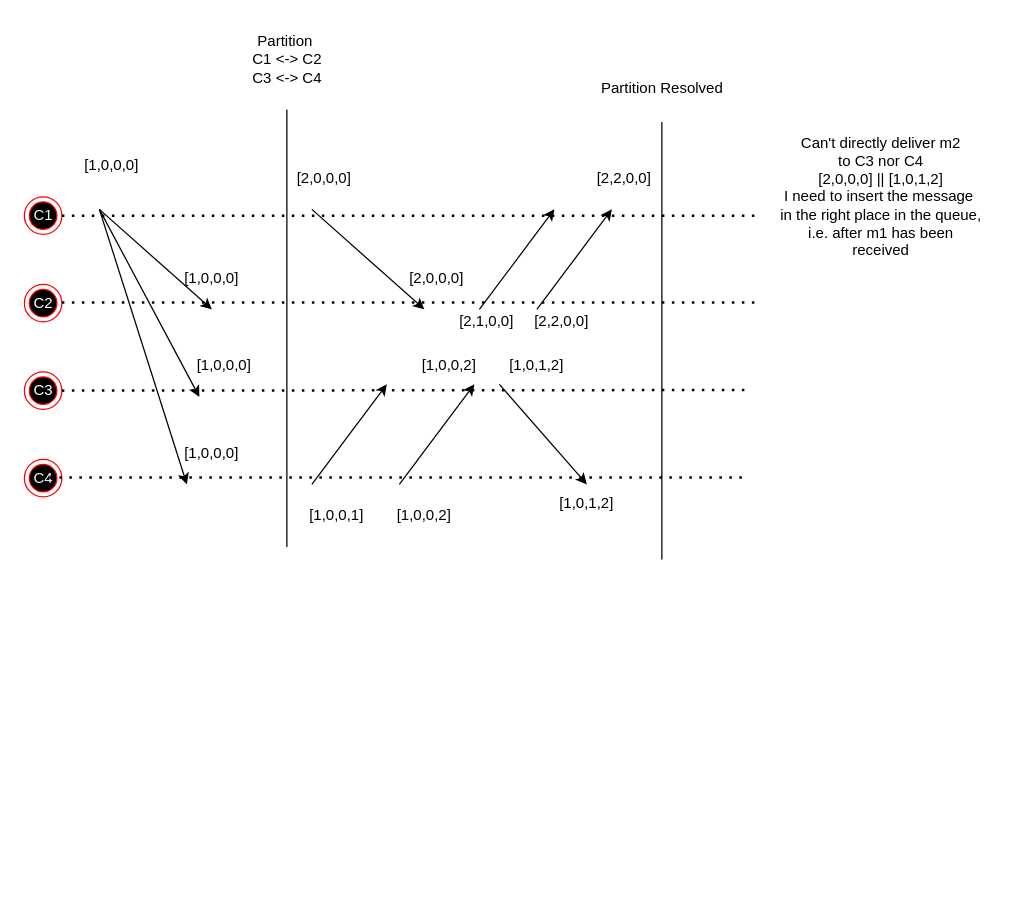
matteob-gtb/DSYS keeps this draw.io diagram as out/artifacts/DSYS_jar/partition.drawio. Above is the earlier version. Source tidied: cells renumbered, new cells numbered last; positions are measured from the earlier drawing's top-left corner, leaving out a move shared by most shapes. Both pictures are drawn from the tidied source at 125%, with x=0, y=0 at pixel (24, 21).
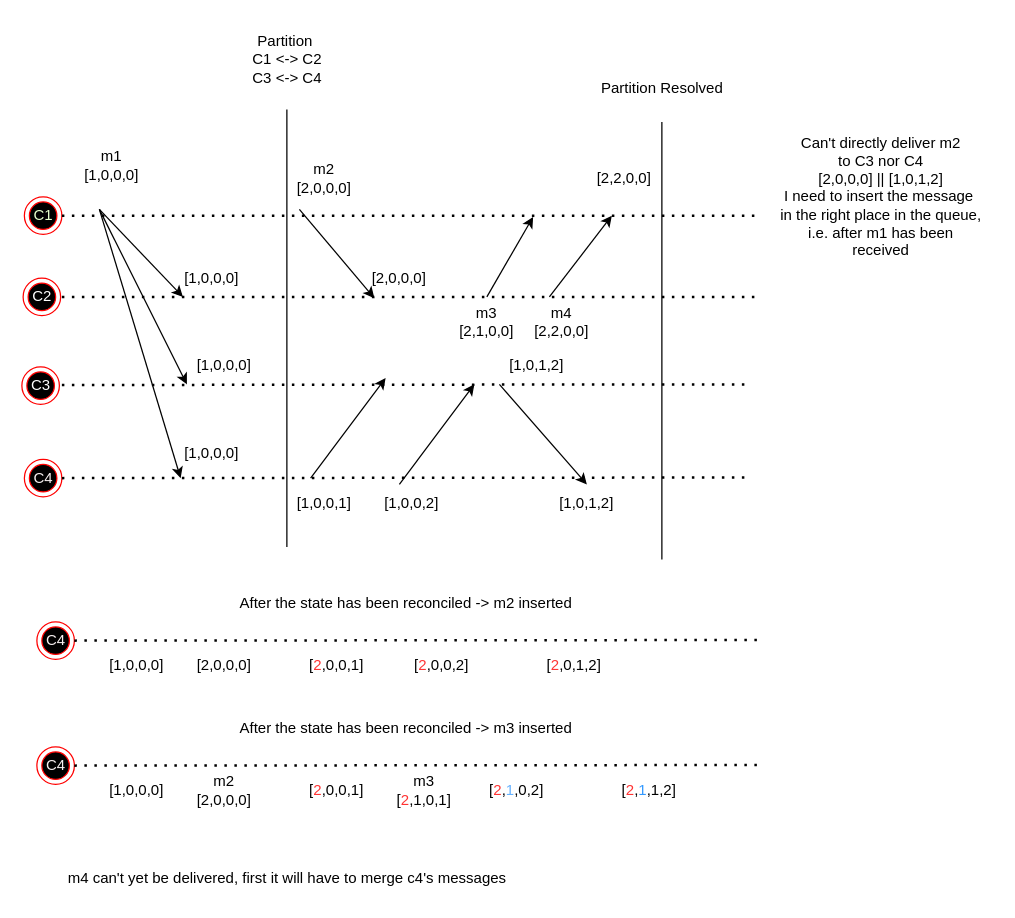
The same page after the edit.

Unchanged cells that the change refers to:
```xml
<mxCell id="15" value="[1,0,0,0]" style="text;html=1;align=center;verticalAlign=middle;whiteSpace=wrap;rounded=0;" parent="1" vertex="1">
  <mxGeometry x="120" y="190" width="60" height="30" as="geometry" />
</mxCell>
```

Change to the diagram source:
```diff
@@
     <mxCell id="3" value="&lt;font color=&quot;#ffffff&quot;&gt;C2&lt;/font&gt;" style="ellipse;html=1;shape=endState;fillColor=#000000;strokeColor=#ff0000;" parent="1" vertex="1">
-      <mxGeometry y="210" width="30" height="30" as="geometry" />
+      <mxGeometry x="-1" y="205" width="30" height="30" as="geometry" />
     </mxCell>
     <mxCell id="4" value="&lt;font color=&quot;#ffffff&quot;&gt;C3&lt;/font&gt;" style="ellipse;html=1;shape=endState;fillColor=#000000;strokeColor=#ff0000;" parent="1" vertex="1">
-      <mxGeometry y="280" width="30" height="30" as="geometry" />
+      <mxGeometry x="-2" y="276" width="30" height="30" as="geometry" />
     </mxCell>
@@
     <mxCell id="7" style="endArrow=none;dashed=1;html=1;dashPattern=1 3;strokeWidth=2;rounded=0;exitX=1;exitY=0.5;exitDx=0;exitDy=0;" parent="1" edge="1">
       <mxGeometry relative="1" as="geometry">
-        <mxPoint x="30" y="224.5" as="sourcePoint" />
-        <mxPoint x="590" y="224.5" as="targetPoint" />
+        <mxPoint x="30" y="220" as="sourcePoint" />
+        <mxPoint x="590" y="220" as="targetPoint" />
       </mxGeometry>
     </mxCell>
-    <mxCell id="8" style="endArrow=none;dashed=1;html=1;dashPattern=1 3;strokeWidth=2;rounded=0;exitX=1;exitY=0.5;exitDx=0;exitDy=0;" parent="1" edge="1" source="4">
+    <mxCell id="8" style="endArrow=none;dashed=1;html=1;dashPattern=1 3;strokeWidth=2;rounded=0;exitX=1;exitY=0.5;exitDx=0;exitDy=0;" parent="1" edge="1">
       <mxGeometry relative="1" as="geometry">
-        <mxPoint x="580" y="294.5" as="targetPoint" />
+        <mxPoint x="30" y="290.5" as="sourcePoint" />
+        <mxPoint x="580" y="290" as="targetPoint" />
       </mxGeometry>
     </mxCell>
-    <mxCell id="9" style="endArrow=none;dashed=1;html=1;dashPattern=1 3;strokeWidth=2;rounded=0;exitX=1;exitY=0.5;exitDx=0;exitDy=0;" parent="1" edge="1">
+    <mxCell id="9" style="endArrow=none;dashed=1;html=1;dashPattern=1 3;strokeWidth=2;rounded=0;" parent="1" edge="1">
       <mxGeometry relative="1" as="geometry">
-        <mxPoint x="20" y="364.5" as="sourcePoint" />
+        <mxPoint x="30" y="365" as="sourcePoint" />
         <mxPoint x="580" y="364.5" as="targetPoint" />
       </mxGeometry>
     </mxCell>
-    <mxCell id="10" style="endArrow=classic;html=1;rounded=0;" parent="1" edge="1">
+    <mxCell id="10" style="endArrow=classic;html=1;rounded=0;entryX=0.114;entryY=1.002;entryDx=0;entryDy=0;entryPerimeter=0;" parent="1" edge="1" target="15">
       <mxGeometry relative="1" as="geometry">
         <mxPoint x="60" y="150" as="sourcePoint" />
-        <mxPoint x="150" y="230" as="targetPoint" />
       </mxGeometry>
     </mxCell>
     <mxCell id="11" style="endArrow=classic;html=1;rounded=0;" parent="1" edge="1">
       <mxGeometry relative="1" as="geometry">
         <mxPoint x="60" y="150" as="sourcePoint" />
-        <mxPoint x="140" y="300" as="targetPoint" />
+        <mxPoint x="130" y="290" as="targetPoint" />
       </mxGeometry>
     </mxCell>
     <mxCell id="12" style="endArrow=classic;html=1;rounded=0;" parent="1" edge="1">
       <mxGeometry relative="1" as="geometry">
         <mxPoint x="60" y="150" as="sourcePoint" />
-        <mxPoint x="130" y="370" as="targetPoint" />
+        <mxPoint x="125" y="365" as="targetPoint" />
       </mxGeometry>
     </mxCell>
-    <mxCell id="13" value="[1,0,0,0]" style="text;html=1;align=center;verticalAlign=middle;whiteSpace=wrap;rounded=0;" parent="1" vertex="1">
+    <mxCell id="13" value="&lt;div&gt;m1&lt;/div&gt;[1,0,0,0]" style="text;html=1;align=center;verticalAlign=middle;whiteSpace=wrap;rounded=0;" parent="1" vertex="1">
       <mxGeometry x="40" y="100" width="60" height="30" as="geometry" />
     </mxCell>
@@
     <mxCell id="19" style="endArrow=classic;html=1;rounded=0;" parent="1" edge="1">
       <mxGeometry relative="1" as="geometry">
-        <mxPoint x="230" y="150" as="sourcePoint" />
-        <mxPoint x="320" y="230" as="targetPoint" />
+        <mxPoint x="220" y="150" as="sourcePoint" />
+        <mxPoint x="280" y="221" as="targetPoint" />
       </mxGeometry>
     </mxCell>
     <mxCell id="20" style="endArrow=classic;html=1;rounded=0;" parent="1" edge="1">
       <mxGeometry relative="1" as="geometry">
-        <mxPoint x="364" y="230" as="sourcePoint" />
-        <mxPoint x="424" y="150" as="targetPoint" />
+        <mxPoint x="370" y="220" as="sourcePoint" />
+        <mxPoint x="407" y="156" as="targetPoint" />
       </mxGeometry>
     </mxCell>
     <mxCell id="21" style="endArrow=classic;html=1;rounded=0;" parent="1" edge="1">
       <mxGeometry relative="1" as="geometry">
-        <mxPoint x="410" y="230" as="sourcePoint" />
-        <mxPoint x="470" y="150" as="targetPoint" />
+        <mxPoint x="420" y="220" as="sourcePoint" />
+        <mxPoint x="470" y="155" as="targetPoint" />
       </mxGeometry>
     </mxCell>
-    <mxCell id="22" value="[2,0,0,0]" style="text;html=1;align=center;verticalAlign=middle;whiteSpace=wrap;rounded=0;" parent="1" vertex="1">
+    <mxCell id="22" value="&lt;div&gt;m2&lt;/div&gt;[2,0,0,0]" style="text;html=1;align=center;verticalAlign=middle;whiteSpace=wrap;rounded=0;" parent="1" vertex="1">
       <mxGeometry x="210" y="110" width="60" height="30" as="geometry" />
     </mxCell>
     <mxCell id="23" value="[2,0,0,0]" style="text;html=1;align=center;verticalAlign=middle;whiteSpace=wrap;rounded=0;" parent="1" vertex="1">
-      <mxGeometry x="310" y="195" width="40" height="20" as="geometry" />
+      <mxGeometry x="280" y="195" width="40" height="20" as="geometry" />
     </mxCell>
@@
-    <mxCell id="25" value="[2,1,0,0]" style="text;html=1;align=center;verticalAlign=middle;whiteSpace=wrap;rounded=0;" parent="1" vertex="1">
+    <mxCell id="25" value="&lt;div&gt;m3&lt;/div&gt;[2,1,0,0]" style="text;html=1;align=center;verticalAlign=middle;whiteSpace=wrap;rounded=0;" parent="1" vertex="1">
       <mxGeometry x="350" y="230" width="40" height="20" as="geometry" />
     </mxCell>
-    <mxCell id="26" value="[2,2,0,0]" style="text;html=1;align=center;verticalAlign=middle;whiteSpace=wrap;rounded=0;" parent="1" vertex="1">
+    <mxCell id="26" value="&lt;div&gt;m4&lt;/div&gt;[2,2,0,0]" style="text;html=1;align=center;verticalAlign=middle;whiteSpace=wrap;rounded=0;" parent="1" vertex="1">
       <mxGeometry x="410" y="230" width="40" height="20" as="geometry" />
     </mxCell>
     <mxCell id="27" style="endArrow=classic;html=1;rounded=0;" parent="1" edge="1">
       <mxGeometry relative="1" as="geometry">
-        <mxPoint x="230" y="370" as="sourcePoint" />
-        <mxPoint x="290" y="290" as="targetPoint" />
+        <mxPoint x="229" y="365" as="sourcePoint" />
+        <mxPoint x="289" y="285" as="targetPoint" />
       </mxGeometry>
     </mxCell>
@@
     <mxCell id="30" value="[1,0,0,1]" style="text;html=1;align=center;verticalAlign=middle;whiteSpace=wrap;rounded=0;" parent="1" vertex="1">
-      <mxGeometry x="220" y="380" width="60" height="30" as="geometry" />
+      <mxGeometry x="210" y="370" width="60" height="30" as="geometry" />
     </mxCell>
     <mxCell id="31" value="[1,0,0,2]" style="text;html=1;align=center;verticalAlign=middle;whiteSpace=wrap;rounded=0;" parent="1" vertex="1">
-      <mxGeometry x="290" y="380" width="60" height="30" as="geometry" />
+      <mxGeometry x="280" y="370" width="60" height="30" as="geometry" />
     </mxCell>
@@
-    <mxCell id="33" value="[1,0,0,2]" style="text;html=1;align=center;verticalAlign=middle;whiteSpace=wrap;rounded=0;" parent="1" vertex="1">
-      <mxGeometry x="310" y="260" width="60" height="30" as="geometry" />
-    </mxCell>
@@
+    <mxCell id="38" value="&lt;font color=&quot;#f6efef&quot;&gt;C4&lt;/font&gt;" style="ellipse;html=1;shape=endState;fillColor=#000000;strokeColor=#ff0000;" parent="1" vertex="1">
+      <mxGeometry x="10" y="480" width="30" height="30" as="geometry" />
+    </mxCell>
+    <mxCell id="39" style="endArrow=none;dashed=1;html=1;dashPattern=1 3;strokeWidth=2;rounded=0;" parent="1" edge="1">
+      <mxGeometry relative="1" as="geometry">
+        <mxPoint x="40" y="495" as="sourcePoint" />
+        <mxPoint x="590" y="494.5" as="targetPoint" />
+      </mxGeometry>
+    </mxCell>
+    <mxCell id="40" value="[&lt;font color=&quot;#ff3333&quot;&gt;2&lt;/font&gt;,0,0,1]" style="text;html=1;align=center;verticalAlign=middle;whiteSpace=wrap;rounded=0;" parent="1" vertex="1">
+      <mxGeometry x="220" y="500" width="60" height="30" as="geometry" />
+    </mxCell>
+    <mxCell id="41" value="After the state has been reconciled -&amp;gt; m2 inserted" style="text;html=1;align=center;verticalAlign=middle;strokeColor=none;fillColor=none;" parent="1" vertex="1">
+      <mxGeometry x="160" y="450" width="290" height="30" as="geometry" />
+    </mxCell>
+    <mxCell id="42" value="[1,0,0,0]" style="text;html=1;align=center;verticalAlign=middle;whiteSpace=wrap;rounded=0;" parent="1" vertex="1">
+      <mxGeometry x="60" y="500" width="60" height="30" as="geometry" />
+    </mxCell>
+    <mxCell id="43" value="[2,0,0,0]" style="text;html=1;align=center;verticalAlign=middle;whiteSpace=wrap;rounded=0;" parent="1" vertex="1">
+      <mxGeometry x="130" y="500" width="60" height="30" as="geometry" />
+    </mxCell>
+    <mxCell id="44" value="[&lt;font color=&quot;#ff3333&quot;&gt;2&lt;/font&gt;,0,0,2]" style="text;html=1;align=center;verticalAlign=middle;whiteSpace=wrap;rounded=0;" parent="1" vertex="1">
+      <mxGeometry x="304" y="500" width="60" height="30" as="geometry" />
+    </mxCell>
+    <mxCell id="45" value="[&lt;font color=&quot;#ff3333&quot;&gt;2&lt;/font&gt;,0,1,2]" style="text;html=1;align=center;verticalAlign=middle;whiteSpace=wrap;rounded=0;" parent="1" vertex="1">
+      <mxGeometry x="410" y="500" width="60" height="30" as="geometry" />
+    </mxCell>
+    <mxCell id="46" value="&lt;font color=&quot;#f6efef&quot;&gt;C4&lt;/font&gt;" style="ellipse;html=1;shape=endState;fillColor=#000000;strokeColor=#ff0000;" parent="1" vertex="1">
+      <mxGeometry x="10" y="580" width="30" height="30" as="geometry" />
+    </mxCell>
+    <mxCell id="47" style="endArrow=none;dashed=1;html=1;dashPattern=1 3;strokeWidth=2;rounded=0;" parent="1" edge="1">
+      <mxGeometry relative="1" as="geometry">
+        <mxPoint x="40" y="595" as="sourcePoint" />
+        <mxPoint x="590" y="594.5" as="targetPoint" />
+      </mxGeometry>
+    </mxCell>
+    <mxCell id="48" value="[&lt;font color=&quot;#ff3333&quot;&gt;2&lt;/font&gt;,0,0,1]" style="text;html=1;align=center;verticalAlign=middle;whiteSpace=wrap;rounded=0;" parent="1" vertex="1">
+      <mxGeometry x="220" y="600" width="60" height="30" as="geometry" />
+    </mxCell>
+    <mxCell id="49" value="After the state has been reconciled -&amp;gt; m3 inserted" style="text;html=1;align=center;verticalAlign=middle;strokeColor=none;fillColor=none;" parent="1" vertex="1">
+      <mxGeometry x="160" y="550" width="290" height="30" as="geometry" />
+    </mxCell>
+    <mxCell id="50" value="[1,0,0,0]" style="text;html=1;align=center;verticalAlign=middle;whiteSpace=wrap;rounded=0;" parent="1" vertex="1">
+      <mxGeometry x="60" y="600" width="60" height="30" as="geometry" />
+    </mxCell>
+    <mxCell id="51" value="&lt;div&gt;m2&lt;/div&gt;[2,0,0,0]" style="text;html=1;align=center;verticalAlign=middle;whiteSpace=wrap;rounded=0;" parent="1" vertex="1">
+      <mxGeometry x="130" y="600" width="60" height="30" as="geometry" />
+    </mxCell>
+    <mxCell id="52" value="[&lt;font color=&quot;#ff3333&quot;&gt;2&lt;/font&gt;,&lt;font color=&quot;#66b2ff&quot;&gt;1&lt;/font&gt;,0,2]" style="text;html=1;align=center;verticalAlign=middle;whiteSpace=wrap;rounded=0;" parent="1" vertex="1">
+      <mxGeometry x="364" y="600" width="60" height="30" as="geometry" />
+    </mxCell>
+    <mxCell id="53" value="[&lt;font color=&quot;#ff3333&quot;&gt;2&lt;/font&gt;,&lt;font color=&quot;#3399ff&quot;&gt;1&lt;/font&gt;,1,2]" style="text;html=1;align=center;verticalAlign=middle;whiteSpace=wrap;rounded=0;" parent="1" vertex="1">
+      <mxGeometry x="470" y="600" width="60" height="30" as="geometry" />
+    </mxCell>
+    <mxCell id="54" value="&lt;div&gt;m3&lt;/div&gt;[&lt;font color=&quot;#ff3333&quot;&gt;2&lt;/font&gt;,1,0,1]" style="text;html=1;align=center;verticalAlign=middle;whiteSpace=wrap;rounded=0;" parent="1" vertex="1">
+      <mxGeometry x="290" y="600" width="60" height="30" as="geometry" />
+    </mxCell>
+    <mxCell id="55" value="m4 can't yet be delivered, first it will have to merge c4's messages" style="text;html=1;align=center;verticalAlign=middle;strokeColor=none;fillColor=none;" parent="1" vertex="1">
+      <mxGeometry x="25" y="670" width="370" height="30" as="geometry" />
+    </mxCell>
```
